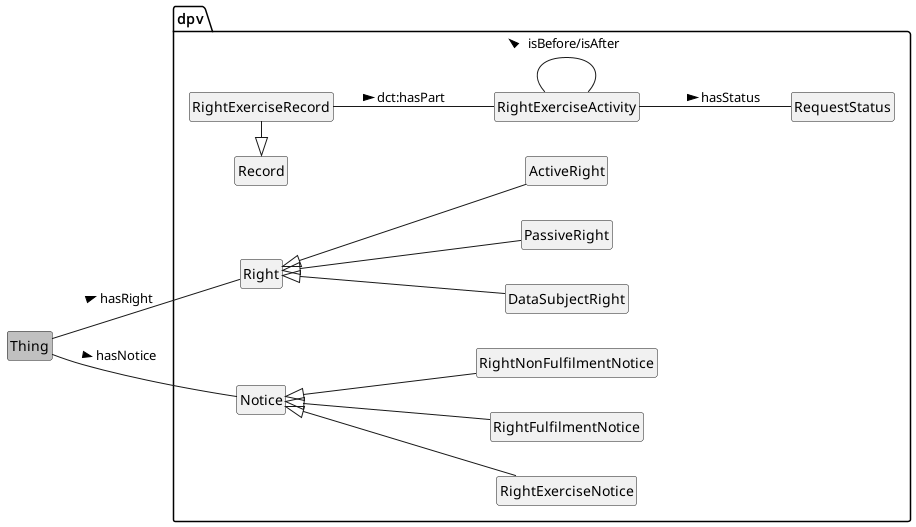
Above: media/rights.png in jeswr/dpv (PlantUML), before the change.
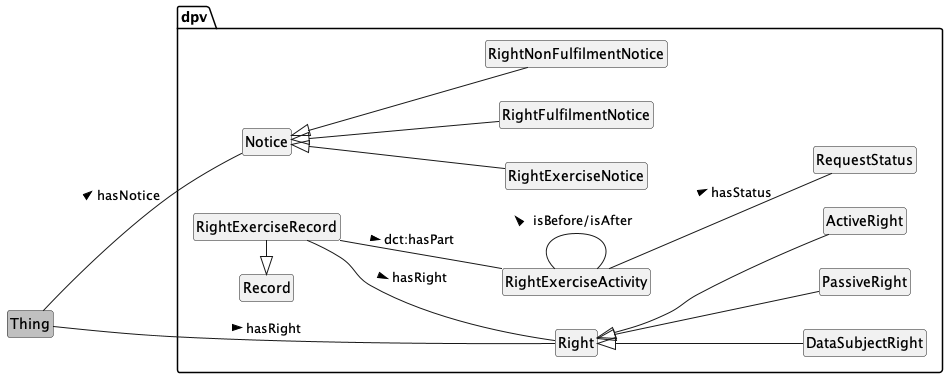
The same file after the commit.

Change to the diagram source:
```diff
@@ -30,6 +30,7 @@
 
 Record <|- RightExerciseRecord
 RightExerciseRecord -- RightExerciseActivity : dct:hasPart >
+RightExerciseRecord -- Right : hasRight >
 RightExerciseActivity -- RightExerciseActivity : isBefore/isAfter >
 RightExerciseActivity -- RequestStatus : hasStatus >
 
```
